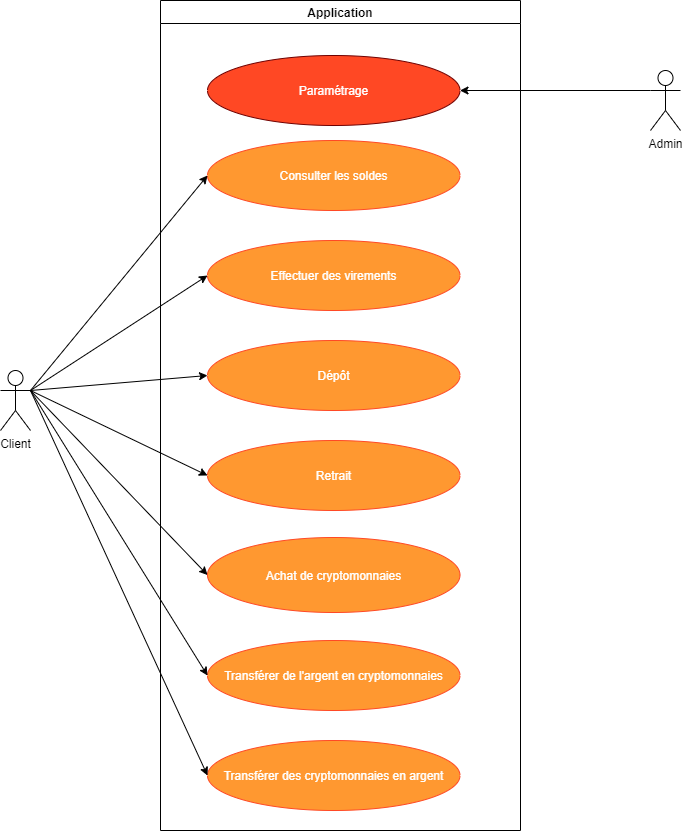
The draw.io diagram diagrams/Use Case.png in SIO2-group/FulBank, before a commit. Source tidied: cells renumbered, new cells last; positions are measured from the earlier drawing's top-left corner, leaving out a move shared by most shapes.
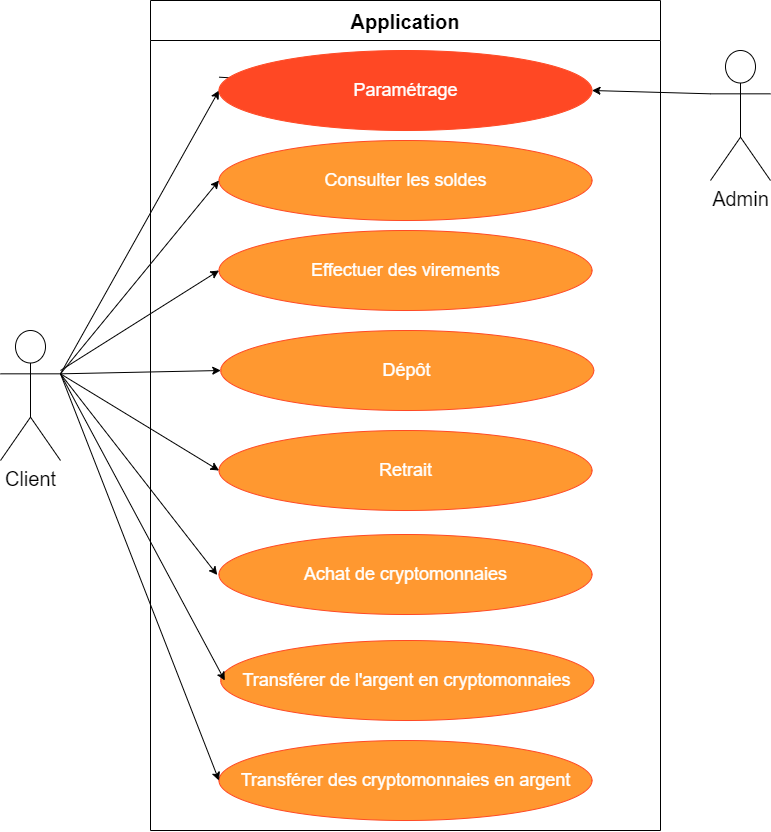
The same diagram one commit later.

Commit message:
🍱 Update use case

What changed in the source:
```diff
@@ -2,66 +2,76 @@
   <root>
     <mxCell id="0" />
     <mxCell id="1" parent="0" />
-    <mxCell id="2" value="Client" style="shape=umlActor;verticalLabelPosition=bottom;verticalAlign=top;html=1;outlineConnect=0;" parent="1" vertex="1">
-      <mxGeometry y="370" width="30" height="60" as="geometry" />
+    <mxCell id="2" value="&lt;font style=&quot;font-size: 20px&quot;&gt;Client&lt;/font&gt;" style="shape=umlActor;verticalLabelPosition=bottom;verticalAlign=top;html=1;outlineConnect=0;" parent="1" vertex="1">
+      <mxGeometry x="-70" y="490" width="60" height="130" as="geometry" />
     </mxCell>
-    <mxCell id="3" value="Application" style="swimlane;" parent="1" vertex="1">
-      <mxGeometry x="160" width="360" height="830" as="geometry" />
+    <mxCell id="3" value="Application" style="swimlane;fontSize=20;startSize=40;" parent="1" vertex="1">
+      <mxGeometry x="80" y="160" width="510" height="830" as="geometry" />
     </mxCell>
+    <mxCell id="10" value="Transférer des cryptomonnaies en argent" style="ellipse;whiteSpace=wrap;html=1;fontColor=#ffff;fillColor=#FF9830;strokeColor=#FF4824;fontSize=18;" parent="3" vertex="1">
+      <mxGeometry x="68.5" y="740" width="373" height="80" as="geometry" />
+    </mxCell>
+    <mxCell id="9" value="Transférer de l'argent en cryptomonnaies" style="ellipse;whiteSpace=wrap;html=1;fontColor=#ffff;fillColor=#FF9830;strokeColor=#FF4824;fontSize=18;" parent="3" vertex="1">
+      <mxGeometry x="70.2" y="640" width="373" height="80" as="geometry" />
+    </mxCell>
-    <mxCell id="4" value="Achat de cryptomonnaies" style="ellipse;whiteSpace=wrap;html=1;fontColor=#ffffff;fillColor=#FF9830;strokeColor=#FF4824;" parent="3" vertex="1">
-      <mxGeometry x="47" y="537" width="252.5" height="75" as="geometry" />
+    <mxCell id="4" value="Achat de cryptomonnaies" style="ellipse;whiteSpace=wrap;html=1;fontColor=#ffff;fillColor=#FF9830;strokeColor=#FF4824;fontSize=18;" parent="3" vertex="1">
+      <mxGeometry x="68.5" y="534" width="373" height="80" as="geometry" />
     </mxCell>
+    <mxCell id="6" value="Retrait" style="ellipse;whiteSpace=wrap;html=1;fontColor=#ffff;fillColor=#FF9830;strokeColor=#FF4824;fontSize=18;" parent="3" vertex="1">
+      <mxGeometry x="68.5" y="430" width="373" height="80" as="geometry" />
+    </mxCell>
-    <mxCell id="5" value="Dépôt" style="ellipse;whiteSpace=wrap;html=1;fontColor=#ffffff;fillColor=#FF9830;strokeColor=#FF4824;" parent="3" vertex="1">
-      <mxGeometry x="47" y="340" width="252.5" height="70" as="geometry" />
+    <mxCell id="5" value="Dépôt" style="ellipse;whiteSpace=wrap;html=1;fontColor=#ffff;fillColor=#FF9830;strokeColor=#FF4824;fontSize=18;" parent="3" vertex="1">
+      <mxGeometry x="70.2" y="330" width="373" height="80" as="geometry" />
     </mxCell>
-    <mxCell id="6" value="Retrait" style="ellipse;whiteSpace=wrap;html=1;fontColor=#ffffff;fillColor=#FF9830;strokeColor=#FF4824;" parent="3" vertex="1">
-      <mxGeometry x="47" y="440" width="252.5" height="70" as="geometry" />
-    </mxCell>
-    <mxCell id="7" value="Effectuer des virements" style="ellipse;whiteSpace=wrap;html=1;fontColor=#ffffff;fillColor=#FF9830;strokeColor=#FF4824;" parent="3" vertex="1">
-      <mxGeometry x="47" y="240" width="252.5" height="70" as="geometry" />
+    <mxCell id="7" value="Effectuer des virements" style="ellipse;whiteSpace=wrap;html=1;fontColor=#ffff;fillColor=#FF9830;strokeColor=#FF4824;fontSize=18;" parent="3" vertex="1">
+      <mxGeometry x="68.5" y="230" width="373" height="80" as="geometry" />
     </mxCell>
-    <mxCell id="8" value="Consulter les soldes" style="ellipse;whiteSpace=wrap;html=1;fontColor=#ffffff;fillColor=#FF9830;strokeColor=#FF4824;" parent="3" vertex="1">
-      <mxGeometry x="47" y="140" width="252.5" height="70" as="geometry" />
+    <mxCell id="8" value="Consulter les soldes" style="ellipse;whiteSpace=wrap;html=1;fontColor=#ffff;fillColor=#FF9830;strokeColor=#FF4824;fontSize=18;" parent="3" vertex="1">
+      <mxGeometry x="68.5" y="140" width="373" height="80" as="geometry" />
     </mxCell>
-    <mxCell id="9" value="Transférer de l'argent en cryptomonnaies" style="ellipse;whiteSpace=wrap;html=1;fontColor=#ffff;fillColor=#FF9830;strokeColor=#FF4824;" parent="3" vertex="1">
-      <mxGeometry x="47" y="640" width="252.5" height="70" as="geometry" />
-    </mxCell>
-    <mxCell id="10" value="Transférer des cryptomonnaies en argent" style="ellipse;whiteSpace=wrap;html=1;fontColor=#ffff;fillColor=#FF9830;strokeColor=#FF4824;" parent="3" vertex="1">
-      <mxGeometry x="47" y="740" width="252.5" height="70" as="geometry" />
-    </mxCell>
-    <mxCell id="11" value="Paramétrage" style="ellipse;whiteSpace=wrap;html=1;strokeColor=#6F0000;fontColor=#ffffff;fillColor=#FF4824;" parent="3" vertex="1">
-      <mxGeometry x="47" y="55" width="252.5" height="70" as="geometry" />
-    </mxCell>
-    <mxCell id="12" style="endArrow=classic;html=1;exitX=1;exitY=0.3333333333333333;exitDx=0;exitDy=0;exitPerimeter=0;entryX=0;entryY=0.5;entryDx=0;entryDy=0;" parent="1" edge="1" source="2" target="8">
+    <mxCell id="12" style="endArrow=classic;html=1;exitX=1;exitY=0.3333333333333333;exitDx=0;exitDy=0;exitPerimeter=0;entryX=0;entryY=0.5;entryDx=0;entryDy=0;" parent="1" edge="1" source="2" target="11">
       <mxGeometry relative="1" as="geometry" />
     </mxCell>
-    <mxCell id="13" style="endArrow=classic;html=1;exitX=1;exitY=0.3333333333333333;exitDx=0;exitDy=0;exitPerimeter=0;entryX=0;entryY=0.5;entryDx=0;entryDy=0;" parent="1" edge="1" source="2" target="7">
+    <mxCell id="13" style="endArrow=classic;html=1;exitX=1;exitY=0.3333333333333333;exitDx=0;exitDy=0;exitPerimeter=0;entryX=0;entryY=0.5;entryDx=0;entryDy=0;" parent="1" edge="1" source="2" target="8">
       <mxGeometry relative="1" as="geometry" />
     </mxCell>
-    <mxCell id="14" style="endArrow=classic;html=1;entryX=0;entryY=0.5;entryDx=0;entryDy=0;" parent="1" edge="1" target="5">
-      <mxGeometry relative="1" as="geometry">
-        <mxPoint x="30" y="390" as="sourcePoint" />
-      </mxGeometry>
+    <mxCell id="14" style="endArrow=classic;html=1;entryX=0;entryY=0.5;entryDx=0;entryDy=0;exitX=1;exitY=0.3333333333333333;exitDx=0;exitDy=0;exitPerimeter=0;" parent="1" edge="1" source="2" target="5">
+      <mxGeometry relative="1" as="geometry" />
     </mxCell>
     <mxCell id="15" style="endArrow=classic;html=1;entryX=0;entryY=0.5;entryDx=0;entryDy=0;exitX=1;exitY=0.3333333333333333;exitDx=0;exitDy=0;exitPerimeter=0;" parent="1" edge="1" source="2" target="6">
       <mxGeometry relative="1" as="geometry" />
     </mxCell>
-    <mxCell id="16" style="endArrow=classic;html=1;exitX=1;exitY=0.3333333333333333;exitDx=0;exitDy=0;exitPerimeter=0;entryX=0;entryY=0.5;entryDx=0;entryDy=0;" parent="1" edge="1" source="2" target="4">
-      <mxGeometry relative="1" as="geometry" />
+    <mxCell id="16" style="endArrow=classic;html=1;exitX=1;exitY=0.3333333333333333;exitDx=0;exitDy=0;exitPerimeter=0;entryX=0;entryY=0.5;entryDx=0;entryDy=0;" parent="1" edge="1" source="2">
+      <mxGeometry relative="1" as="geometry">
+        <mxPoint x="146.7" y="734.5" as="targetPoint" />
+      </mxGeometry>
     </mxCell>
-    <mxCell id="17" value="Admin" style="shape=umlActor;verticalLabelPosition=bottom;verticalAlign=top;html=1;outlineConnect=0;" parent="1" vertex="1">
-      <mxGeometry x="650" y="70" width="30" height="60" as="geometry" />
-    </mxCell>
-    <mxCell id="18" style="endArrow=classic;html=1;exitX=0;exitY=0.3333333333333333;exitDx=0;exitDy=0;exitPerimeter=0;" parent="1" edge="1" source="17" target="11">
-      <mxGeometry relative="1" as="geometry" />
+    <mxCell id="18" style="endArrow=classic;html=1;exitX=0;exitY=0.3333333333333333;exitDx=0;exitDy=0;exitPerimeter=0;startArrow=none;" parent="1" edge="1" source="11">
+      <mxGeometry relative="1" as="geometry">
+        <mxPoint x="379.5" y="250" as="targetPoint" />
+      </mxGeometry>
     </mxCell>
-    <mxCell id="19" style="endArrow=classic;html=1;entryX=0;entryY=0.5;entryDx=0;entryDy=0;" parent="1" edge="1" target="9">
+    <mxCell id="19" style="endArrow=classic;html=1;entryX=0;entryY=0.5;entryDx=0;entryDy=0;exitX=1;exitY=0.3333333333333333;exitDx=0;exitDy=0;exitPerimeter=0;" parent="1" edge="1" source="2">
       <mxGeometry relative="1" as="geometry">
-        <mxPoint x="30" y="390" as="sourcePoint" />
+        <mxPoint x="154.2" y="840" as="targetPoint" />
       </mxGeometry>
     </mxCell>
     <mxCell id="20" style="endArrow=classic;html=1;exitX=1;exitY=0.3333333333333333;exitDx=0;exitDy=0;exitPerimeter=0;entryX=0;entryY=0.5;entryDx=0;entryDy=0;" parent="1" edge="1" source="2" target="10">
       <mxGeometry relative="1" as="geometry" />
     </mxCell>
+    <mxCell id="11" value="Paramétrage" style="ellipse;whiteSpace=wrap;html=1;fontColor=#ffff;strokeColor=#FF4824;fontSize=18;fillColor=#FF4824;" parent="1" vertex="1">
+      <mxGeometry x="148.5" y="210" width="373" height="80" as="geometry" />
+    </mxCell>
+    <mxCell id="21" style="endArrow=classic;html=1;fontSize=15;fontColor=#ffff;exitX=0;exitY=0.3333333333333333;exitDx=0;exitDy=0;exitPerimeter=0;entryX=1;entryY=0.5;entryDx=0;entryDy=0;" parent="1" edge="1" source="17" target="11">
+      <mxGeometry relative="1" as="geometry" />
+    </mxCell>
+    <mxCell id="22" style="endArrow=classic;html=1;fontSize=20;fontColor=#ffff;entryX=0;entryY=0.5;entryDx=0;entryDy=0;" parent="1" edge="1" target="7">
+      <mxGeometry relative="1" as="geometry">
+        <mxPoint x="-10" y="530" as="sourcePoint" />
+      </mxGeometry>
+    </mxCell>
+    <mxCell id="17" value="&lt;font style=&quot;font-size: 20px&quot;&gt;Admin&lt;/font&gt;" style="shape=umlActor;verticalLabelPosition=bottom;verticalAlign=top;html=1;outlineConnect=0;" parent="1" vertex="1">
+      <mxGeometry x="640" y="210" width="60" height="130" as="geometry" />
+    </mxCell>
   </root>
 </mxGraphModel>
```
